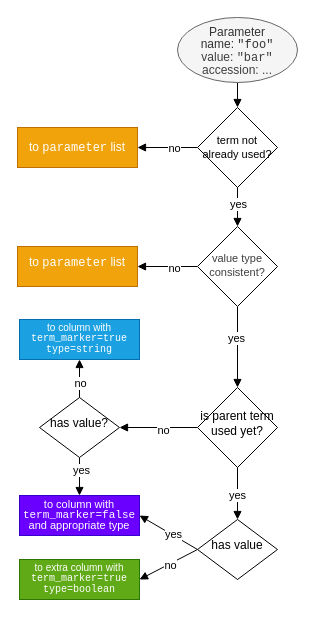
This is docs/assets/img/parameter_promotion.drawio from HUPO-PSI/mzPeak-specification, a draw.io file, before an edit. Source tidied: cells renumbered, new cells numbered last; positions are measured from the earlier drawing's top-left corner, leaving out a move shared by most shapes. Both pictures are drawn from the tidied source at 100%, with x=0, y=0 at pixel (17, 17).
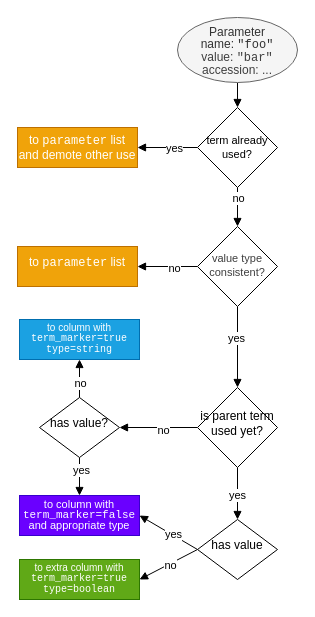
The same page after the edit.

The change refers to these unchanged cells:
```xml
<mxCell id="4" style="edgeStyle=none;html=1;endArrow=block;endFill=1;" parent="1" edge="1" source="6" target="7">
  <mxGeometry relative="1" as="geometry" />
</mxCell>
<mxCell id="12" style="edgeStyle=none;html=1;endArrow=none;endFill=0;entryX=0.5;entryY=1;entryDx=0;entryDy=0;exitX=0.5;exitY=0;exitDx=0;exitDy=0;startArrow=block;startFill=1;" parent="1" edge="1" source="14" target="6">
  <mxGeometry relative="1" as="geometry" />
</mxCell>
```

Diff of the diagram source:
```diff
@@
-    <mxCell id="5" value="no" style="edgeLabel;html=1;align=center;verticalAlign=middle;" parent="4" vertex="1">
+    <mxCell id="5" value="yes" style="edgeLabel;html=1;align=center;verticalAlign=middle;" parent="4" vertex="1">
       <mxGeometry x="-0.2" relative="1" as="geometry" />
     </mxCell>
-    <mxCell id="6" value="term not already used?" style="rhombus;whiteSpace=wrap;html=1;shapeInside=1;fontSize=11;" parent="1" vertex="1">
+    <mxCell id="6" value="term already used?" style="rhombus;whiteSpace=wrap;html=1;shapeInside=1;fontSize=11;" parent="1" vertex="1">
       <mxGeometry x="180" y="90" width="80" height="80" as="geometry" />
     </mxCell>
-    <mxCell id="7" value="&lt;span style=&quot;color: light-dark(rgb(255, 255, 255), rgb(237, 237, 237));&quot;&gt;to &lt;/span&gt;&lt;span&gt;&lt;font face=&quot;Courier New&quot; style=&quot;color: light-dark(rgb(255, 255, 255), rgb(255, 255, 255));&quot;&gt;parameter&lt;/font&gt; &lt;/span&gt;&lt;span style=&quot;color: light-dark(rgb(255, 255, 255), rgb(237, 237, 237));&quot;&gt;list&lt;/span&gt;" style="whiteSpace=wrap;html=1;fillColor=#f0a30a;strokeColor=#BD7000;fontColor=light-dark(#ffffff, #FFFFFF);" parent="1" vertex="1">
+    <mxCell id="7" value="&lt;span style=&quot;color: light-dark(rgb(255, 255, 255), rgb(237, 237, 237));&quot;&gt;to &lt;/span&gt;&lt;span&gt;&lt;font face=&quot;Courier New&quot; style=&quot;color: light-dark(rgb(255, 255, 255), rgb(255, 255, 255));&quot;&gt;parameter&lt;/font&gt; &lt;/span&gt;&lt;span style=&quot;color: light-dark(rgb(255, 255, 255), rgb(237, 237, 237));&quot;&gt;list&lt;/span&gt;&lt;div&gt;&lt;span style=&quot;color: light-dark(rgb(255, 255, 255), rgb(237, 237, 237));&quot;&gt;and demote other use&lt;/span&gt;&lt;/div&gt;" style="whiteSpace=wrap;html=1;fillColor=#f0a30a;strokeColor=#BD7000;fontColor=light-dark(#ffffff, #FFFFFF);" parent="1" vertex="1">
       <mxGeometry y="110" width="120" height="40" as="geometry" />
     </mxCell>
@@
-    <mxCell id="13" value="yes" style="edgeLabel;html=1;align=center;verticalAlign=middle;" parent="12" vertex="1">
-      <mxGeometry x="0.18" relative="1" as="geometry" />
+    <mxCell id="13" value="no" style="edgeLabel;html=1;align=center;verticalAlign=middle;" parent="12" vertex="1">
+      <mxGeometry x="0.18" relative="1" as="geometry">
+        <mxPoint y="-6" as="offset" />
+      </mxGeometry>
     </mxCell>
```
